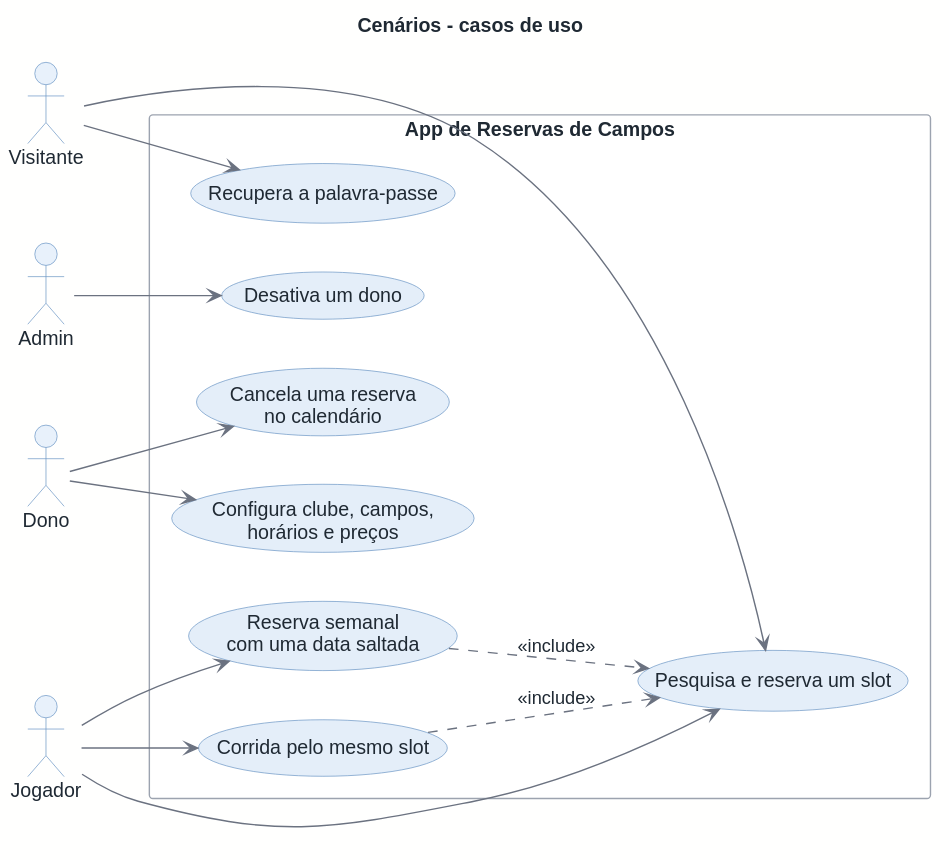
Above: docs/architecture/out/scenarios-use-cases.svg in rodrigo4sousa/SportsEstablishments (PlantUML), before the change.
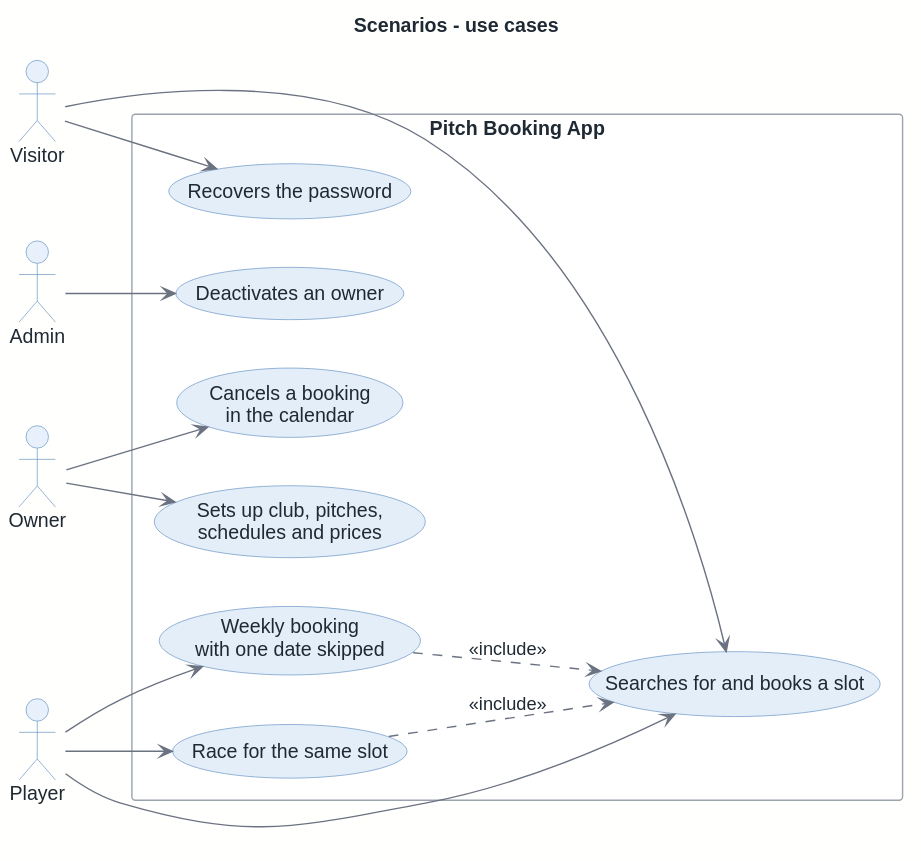
The same diagram one commit later.

Diff of the diagram source:
```diff
@@ -1,22 +1,22 @@
 @startuml
 !include ../style.puml
 
-title Cenários - casos de uso
+title Scenarios - use cases
 left to right direction
 
-actor "Visitante" as P_VIS
-actor "Jogador" as P_JOG
-actor "Dono" as P_DONO
+actor "Visitor" as P_VIS
+actor "Player" as P_JOG
+actor "Owner" as P_DONO
 actor "Admin" as P_ADMIN
 
-rectangle "App de Reservas de Campos" {
-    usecase "Pesquisa e reserva um slot" as SC_01
-    usecase "Configura clube, campos,\nhorários e preços" as SC_02
-    usecase "Cancela uma reserva\nno calendário" as SC_03
-    usecase "Reserva semanal\ncom uma data saltada" as SC_04
-    usecase "Recupera a palavra-passe" as SC_05
-    usecase "Desativa um dono" as SC_06
-    usecase "Corrida pelo mesmo slot" as SC_07
+rectangle "Pitch Booking App" {
+    usecase "Searches for and books a slot" as SC_01
+    usecase "Sets up club, pitches,\nschedules and prices" as SC_02
+    usecase "Cancels a booking\nin the calendar" as SC_03
+    usecase "Weekly booking\nwith one date skipped" as SC_04
+    usecase "Recovers the password" as SC_05
+    usecase "Deactivates an owner" as SC_06
+    usecase "Race for the same slot" as SC_07
 }
 
 P_VIS --> SC_01
```
